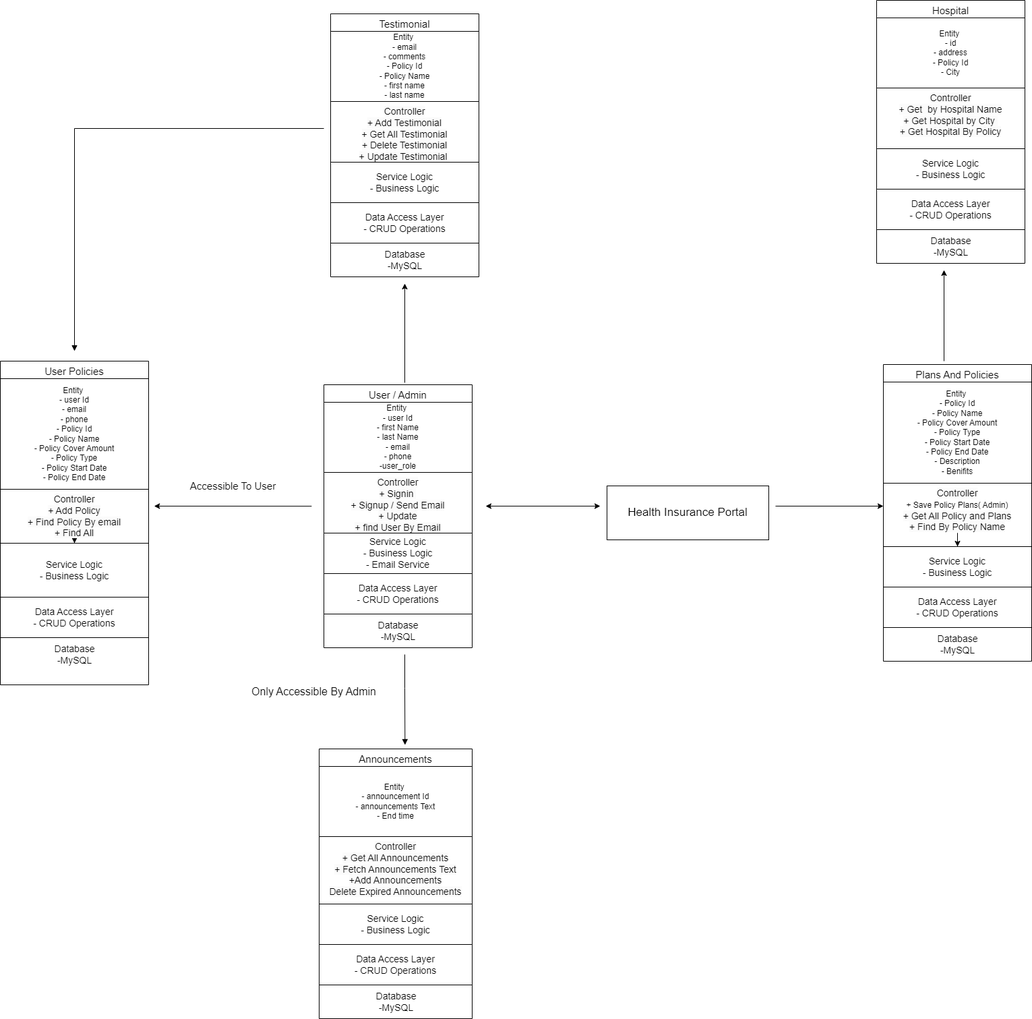
Veersagar07/UHG-Use_Case keeps this draw.io diagram as LLD.drawio.png. Above is the earlier version. Source tidied: cells renumbered, new cells last; positions are measured from the earlier drawing's top-left corner, leaving out a move shared by most shapes.
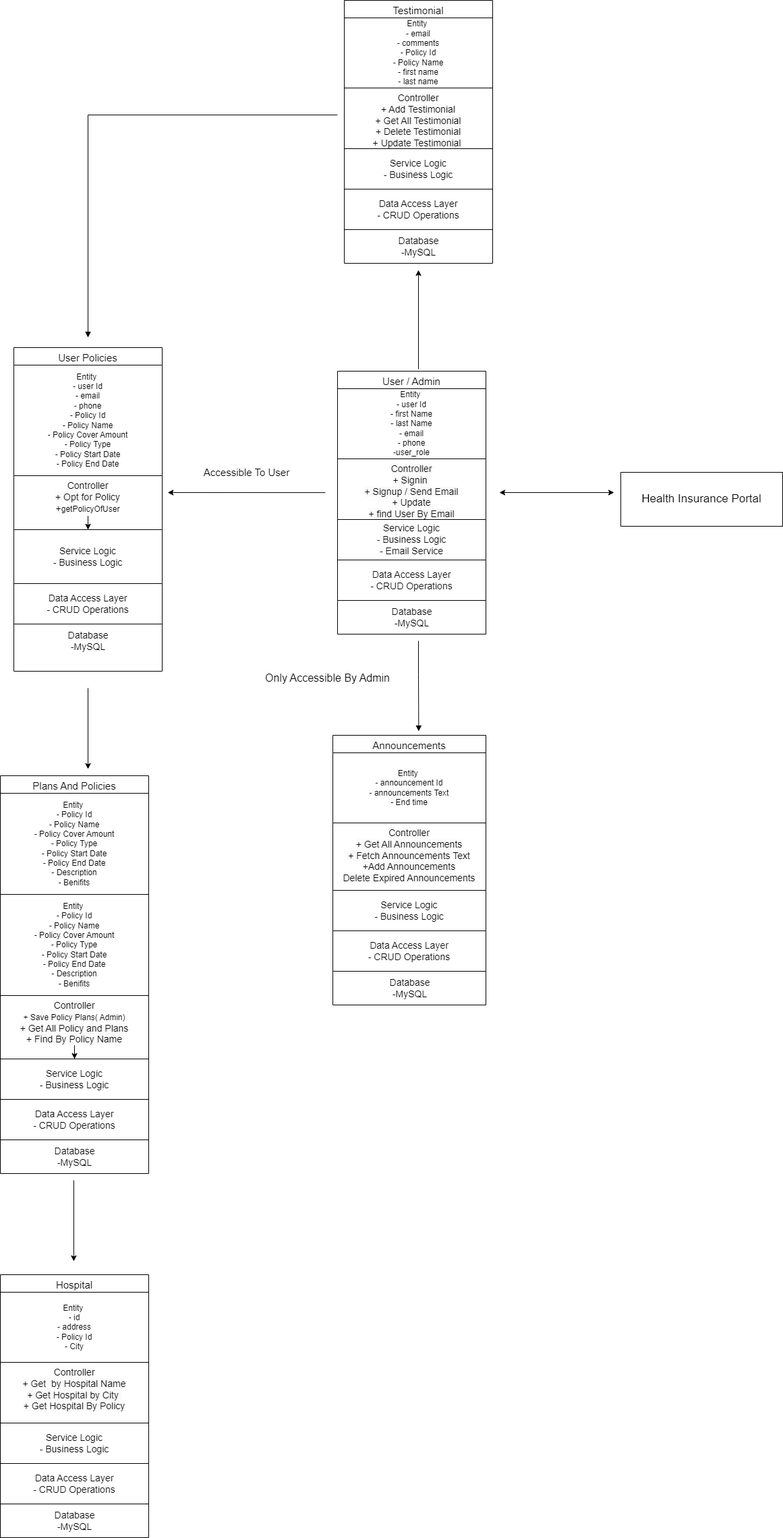
Later version of the same file.

Change to the diagram source:
```diff
@@ -82,7 +82,7 @@
     <mxCell id="25" style="edgeStyle=orthogonalEdgeStyle;rounded=0;jettySize=auto;html=1;exitX=0.5;exitY=1;exitDx=0;exitDy=0;" parent="23" edge="1" source="26" target="27">
       <mxGeometry relative="1" as="geometry" />
     </mxCell>
-    <mxCell id="26" value="&lt;span style=&quot;color: rgb(0, 0, 0); font-family: Helvetica; font-size: 14px; font-style: normal; font-variant-ligatures: normal; font-variant-caps: normal; font-weight: 400; letter-spacing: normal; orphans: 2; text-indent: 0px; text-transform: none; widows: 2; word-spacing: 0px; -webkit-text-stroke-width: 0px; background-color: rgb(251, 251, 251); text-decoration-thickness: initial; text-decoration-style: initial; text-decoration-color: initial; float: none; display: inline !important;&quot;&gt;Controller&lt;/span&gt;&lt;br style=&quot;border-color: var(--border-color); color: rgb(0, 0, 0); font-family: Helvetica; font-size: 14px; font-style: normal; font-variant-ligatures: normal; font-variant-caps: normal; font-weight: 400; letter-spacing: normal; orphans: 2; text-indent: 0px; text-transform: none; widows: 2; word-spacing: 0px; -webkit-text-stroke-width: 0px; background-color: rgb(251, 251, 251); text-decoration-thickness: initial; text-decoration-style: initial; text-decoration-color: initial;&quot;&gt;&lt;span style=&quot;color: rgb(0, 0, 0); font-family: Helvetica; font-size: 14px; font-style: normal; font-variant-ligatures: normal; font-variant-caps: normal; font-weight: 400; letter-spacing: normal; orphans: 2; text-indent: 0px; text-transform: none; widows: 2; word-spacing: 0px; -webkit-text-stroke-width: 0px; background-color: rgb(251, 251, 251); text-decoration-thickness: initial; text-decoration-style: initial; text-decoration-color: initial; float: none; display: inline !important;&quot;&gt;+ Add Policy&lt;br&gt;+ Find Policy By email&lt;br&gt;+ Find All&lt;br&gt;&lt;/span&gt;" style="text;whiteSpace=wrap;html=1;align=center;" parent="23" vertex="1">
+    <mxCell id="26" value="&lt;span style=&quot;color: rgb(0, 0, 0); font-family: Helvetica; font-size: 14px; font-style: normal; font-variant-ligatures: normal; font-variant-caps: normal; font-weight: 400; letter-spacing: normal; orphans: 2; text-indent: 0px; text-transform: none; widows: 2; word-spacing: 0px; -webkit-text-stroke-width: 0px; background-color: rgb(251, 251, 251); text-decoration-thickness: initial; text-decoration-style: initial; text-decoration-color: initial; float: none; display: inline !important;&quot;&gt;Controller&lt;/span&gt;&lt;br style=&quot;border-color: var(--border-color); color: rgb(0, 0, 0); font-family: Helvetica; font-size: 14px; font-style: normal; font-variant-ligatures: normal; font-variant-caps: normal; font-weight: 400; letter-spacing: normal; orphans: 2; text-indent: 0px; text-transform: none; widows: 2; word-spacing: 0px; -webkit-text-stroke-width: 0px; background-color: rgb(251, 251, 251); text-decoration-thickness: initial; text-decoration-style: initial; text-decoration-color: initial;&quot;&gt;&lt;span style=&quot;color: rgb(0, 0, 0); font-family: Helvetica; font-size: 14px; font-style: normal; font-variant-ligatures: normal; font-variant-caps: normal; font-weight: 400; letter-spacing: normal; orphans: 2; text-indent: 0px; text-transform: none; widows: 2; word-spacing: 0px; -webkit-text-stroke-width: 0px; background-color: rgb(251, 251, 251); text-decoration-thickness: initial; text-decoration-style: initial; text-decoration-color: initial; float: none; display: inline !important;&quot;&gt;+ Opt for Policy&lt;br&gt;+&lt;/span&gt;getPolicyOfUser" style="text;whiteSpace=wrap;html=1;align=center;" parent="23" vertex="1">
       <mxGeometry y="190" width="220" height="80" as="geometry" />
     </mxCell>
     <mxCell id="27" value="&lt;font style=&quot;font-size: 14px;&quot;&gt;&lt;br&gt;Service Logic&lt;br&gt;- Business Logic&lt;br&gt;&lt;br&gt;&lt;/font&gt;" style="rounded=0;html=1;whiteSpace=wrap;align=center;" parent="23" vertex="1">
@@ -104,35 +104,32 @@
       <mxGeometry x="270" y="705" width="150" height="30" as="geometry" />
     </mxCell>
     <mxCell id="32" value="Plans And Policies" style="swimlane;fontStyle=0;align=center;verticalAlign=top;horizontal=1;startSize=26;rounded=0;shadow=0;strokeWidth=1;fontSize=15;" parent="1" vertex="1">
-      <mxGeometry x="1310" y="540" width="220" height="440" as="geometry" />
+      <mxGeometry x="-20" y="1170" width="220" height="590" as="geometry" />
     </mxCell>
     <mxCell id="33" value="Entity&amp;nbsp;&lt;br&gt;- Policy Id&lt;br&gt;- Policy Name&lt;span style=&quot;white-space: pre;&quot;&gt;&#9;&lt;/span&gt;&lt;br&gt;- Policy Cover Amount&lt;br&gt;- Policy Type&lt;br&gt;- Policy Start Date&lt;br&gt;- Policy End Date&lt;br&gt;- Description&lt;br&gt;- Benifits&lt;br&gt;" style="rounded=0;whiteSpace=wrap;html=1;" parent="32" vertex="1">
       <mxGeometry y="26" width="220" height="150" as="geometry" />
     </mxCell>
+    <mxCell id="50" value="Entity&amp;nbsp;&lt;br&gt;- Policy Id&lt;br&gt;- Policy Name&lt;span style=&quot;white-space: pre;&quot;&gt;&#9;&lt;/span&gt;&lt;br&gt;- Policy Cover Amount&lt;br&gt;- Policy Type&lt;br&gt;- Policy Start Date&lt;br&gt;- Policy End Date&lt;br&gt;- Description&lt;br&gt;- Benifits&lt;br&gt;" style="rounded=0;whiteSpace=wrap;html=1;" parent="32" vertex="1">
+      <mxGeometry y="176" width="220" height="150" as="geometry" />
+    </mxCell>
     <mxCell id="34" style="edgeStyle=orthogonalEdgeStyle;rounded=0;jettySize=auto;html=1;exitX=0.5;exitY=1;exitDx=0;exitDy=0;" parent="32" edge="1" source="35" target="36">
       <mxGeometry relative="1" as="geometry" />
     </mxCell>
-    <mxCell id="35" value="&lt;span style=&quot;color: rgb(0, 0, 0); font-family: Helvetica; font-size: 14px; font-style: normal; font-variant-ligatures: normal; font-variant-caps: normal; font-weight: 400; letter-spacing: normal; orphans: 2; text-indent: 0px; text-transform: none; widows: 2; word-spacing: 0px; -webkit-text-stroke-width: 0px; background-color: rgb(251, 251, 251); text-decoration-thickness: initial; text-decoration-style: initial; text-decoration-color: initial; float: none; display: inline !important;&quot;&gt;Controller&lt;br&gt;&lt;/span&gt;+ Save Policy Plans( Admin)&lt;span style=&quot;color: rgb(0, 0, 0); font-family: Helvetica; font-size: 14px; font-style: normal; font-variant-ligatures: normal; font-variant-caps: normal; font-weight: 400; letter-spacing: normal; orphans: 2; text-indent: 0px; text-transform: none; widows: 2; word-spacing: 0px; -webkit-text-stroke-width: 0px; background-color: rgb(251, 251, 251); text-decoration-thickness: initial; text-decoration-style: initial; text-decoration-color: initial; float: none; display: inline !important;&quot;&gt;&lt;br&gt;+ Get All Policy and Plans&lt;br&gt;+ Find By Policy Name&lt;br&gt;&lt;/span&gt;" style="text;whiteSpace=wrap;html=1;align=center;" parent="32" vertex="1">
-      <mxGeometry y="176" width="220" height="94" as="geometry" />
+    <mxCell id="35" value="&lt;span style=&quot;color: rgb(0, 0, 0); font-family: Helvetica; font-size: 14px; font-style: normal; font-variant-ligatures: normal; font-variant-caps: normal; font-weight: 400; letter-spacing: normal; orphans: 2; text-indent: 0px; text-transform: none; widows: 2; word-spacing: 0px; -webkit-text-stroke-width: 0px; background-color: rgb(251, 251, 251); text-decoration-thickness: initial; text-decoration-style: initial; text-decoration-color: initial; float: none; display: inline !important;&quot;&gt;Controller&lt;br&gt;&lt;/span&gt;+ Save Policy Plans( Admin)&lt;span style=&quot;color: rgb(0, 0, 0); font-family: Helvetica; font-size: 14px; font-style: normal; font-variant-ligatures: normal; font-variant-caps: normal; font-weight: 400; letter-spacing: normal; orphans: 2; text-indent: 0px; text-transform: none; widows: 2; word-spacing: 0px; -webkit-text-stroke-width: 0px; background-color: rgb(251, 251, 251); text-decoration-thickness: initial; text-decoration-style: initial; text-decoration-color: initial; float: none; display: inline !important;&quot;&gt;&lt;br&gt;+ Get All Policy and Plans&lt;br&gt;+ Find By Policy Name&lt;br&gt;&lt;br&gt;&lt;br&gt;&lt;br&gt;&lt;br&gt;&lt;br&gt;&lt;/span&gt;" style="text;whiteSpace=wrap;html=1;align=center;" parent="32" vertex="1">
+      <mxGeometry y="326" width="220" height="94" as="geometry" />
     </mxCell>
     <mxCell id="36" value="&lt;font style=&quot;font-size: 14px;&quot;&gt;&lt;br&gt;Service Logic&lt;br&gt;- Business Logic&lt;br&gt;&lt;br&gt;&lt;/font&gt;" style="rounded=0;html=1;whiteSpace=wrap;align=center;" parent="32" vertex="1">
-      <mxGeometry y="270" width="220" height="60" as="geometry" />
+      <mxGeometry y="420" width="220" height="60" as="geometry" />
     </mxCell>
     <mxCell id="37" value="&lt;font style=&quot;font-size: 14px;&quot;&gt;Data Access Layer&lt;br&gt;- CRUD Operations&lt;/font&gt;" style="whiteSpace=wrap;html=1;" parent="32" vertex="1">
-      <mxGeometry y="330" width="220" height="60" as="geometry" />
+      <mxGeometry y="480" width="220" height="60" as="geometry" />
     </mxCell>
     <mxCell id="38" value="&lt;font style=&quot;font-size: 14px;&quot;&gt;Database&lt;br&gt;-MySQL&lt;/font&gt;" style="text;html=1;align=center;verticalAlign=middle;strokeColor=none;fillColor=none;" parent="32" vertex="1">
-      <mxGeometry y="390" width="220" height="50" as="geometry" />
+      <mxGeometry y="540" width="220" height="50" as="geometry" />
     </mxCell>
     <mxCell id="39" value="&lt;font style=&quot;font-size: 17px;&quot;&gt;Health Insurance Portal&lt;/font&gt;" style="rounded=0;whiteSpace=wrap;html=1;" parent="1" vertex="1">
       <mxGeometry x="900" y="720" width="240" height="80" as="geometry" />
     </mxCell>
-    <mxCell id="40" style="endArrow=classic;html=1;rounded=0;" parent="1" edge="1">
-      <mxGeometry relative="1" as="geometry">
-        <mxPoint x="1150" y="750" as="sourcePoint" />
-        <mxPoint x="1310" y="750" as="targetPoint" />
-      </mxGeometry>
-    </mxCell>
     <mxCell id="41" style="endArrow=classic;startArrow=classic;html=1;rounded=0;" parent="1" edge="1">
       <mxGeometry relative="1" as="geometry">
         <mxPoint x="720" y="750" as="sourcePoint" />
@@ -149,7 +146,7 @@
       </mxGeometry>
     </mxCell>
     <mxCell id="43" value="Hospital" style="swimlane;fontStyle=0;align=center;verticalAlign=top;horizontal=1;startSize=26;rounded=0;shadow=0;strokeWidth=1;fontSize=15;" parent="1" vertex="1">
-      <mxGeometry x="1300" width="220" height="390" as="geometry" />
+      <mxGeometry x="-20" y="1910" width="220" height="390" as="geometry" />
     </mxCell>
     <mxCell id="44" value="Entity&amp;nbsp;&lt;br&gt;- id&lt;br&gt;- address&lt;br&gt;- Policy Id&lt;br&gt;- City" style="rounded=0;whiteSpace=wrap;html=1;" parent="43" vertex="1">
       <mxGeometry y="26" width="220" height="104" as="geometry" />
@@ -166,11 +163,17 @@
     <mxCell id="48" value="&lt;font style=&quot;font-size: 14px;&quot;&gt;Database&lt;br&gt;-MySQL&lt;/font&gt;" style="text;html=1;align=center;verticalAlign=middle;strokeColor=none;fillColor=none;" parent="43" vertex="1">
       <mxGeometry y="340" width="220" height="50" as="geometry" />
     </mxCell>
-    <mxCell id="49" style="endArrow=classic;html=1;rounded=0;" parent="1" edge="1">
-      <mxGeometry relative="1" as="geometry">
-        <mxPoint x="1400" y="535" as="sourcePoint" />
-        <mxPoint x="1400" y="400" as="targetPoint" />
-      </mxGeometry>
-    </mxCell>
+    <mxCell id="51" style="endArrow=classic;html=1;rounded=0;" parent="1" edge="1">
+      <mxGeometry relative="1" as="geometry">
+        <mxPoint x="110" y="1040" as="sourcePoint" />
+        <mxPoint x="110" y="1160" as="targetPoint" />
+      </mxGeometry>
+    </mxCell>
+    <mxCell id="52" style="endArrow=classic;html=1;rounded=0;" parent="1" edge="1">
+      <mxGeometry relative="1" as="geometry">
+        <mxPoint x="88.9" y="1770" as="sourcePoint" />
+        <mxPoint x="88.9" y="1890" as="targetPoint" />
+      </mxGeometry>
+    </mxCell>
   </root>
 </mxGraphModel>
```
